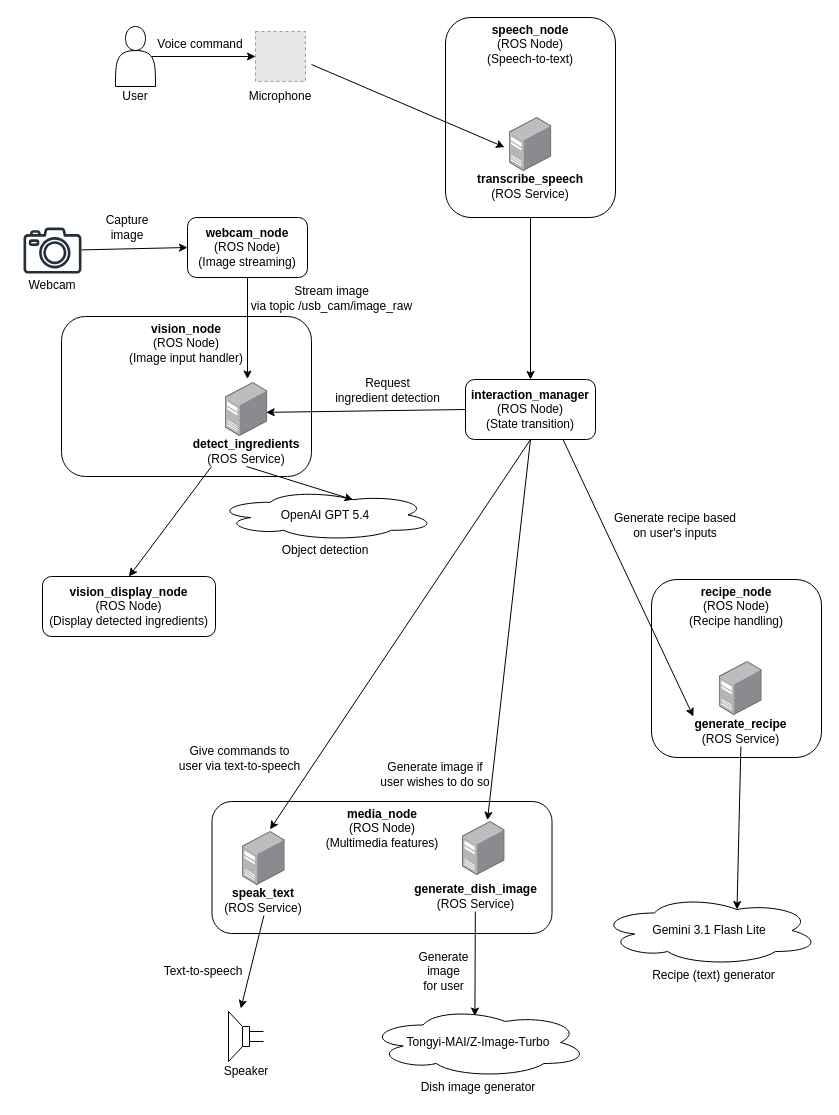
This is SYSTEM-DIAGRAM.drawio from iamdejan/chef-robot-assistant, a draw.io file, before an edit. Source tidied: cells renumbered, new cells numbered last; positions are measured from the earlier drawing's top-left corner, leaving out a move shared by most shapes. Both pictures are drawn from the tidied source at 100%, with x=0, y=0 at pixel (17, 17). Pictures stored in the file or linked from it are replaced by grey dashed boxes.
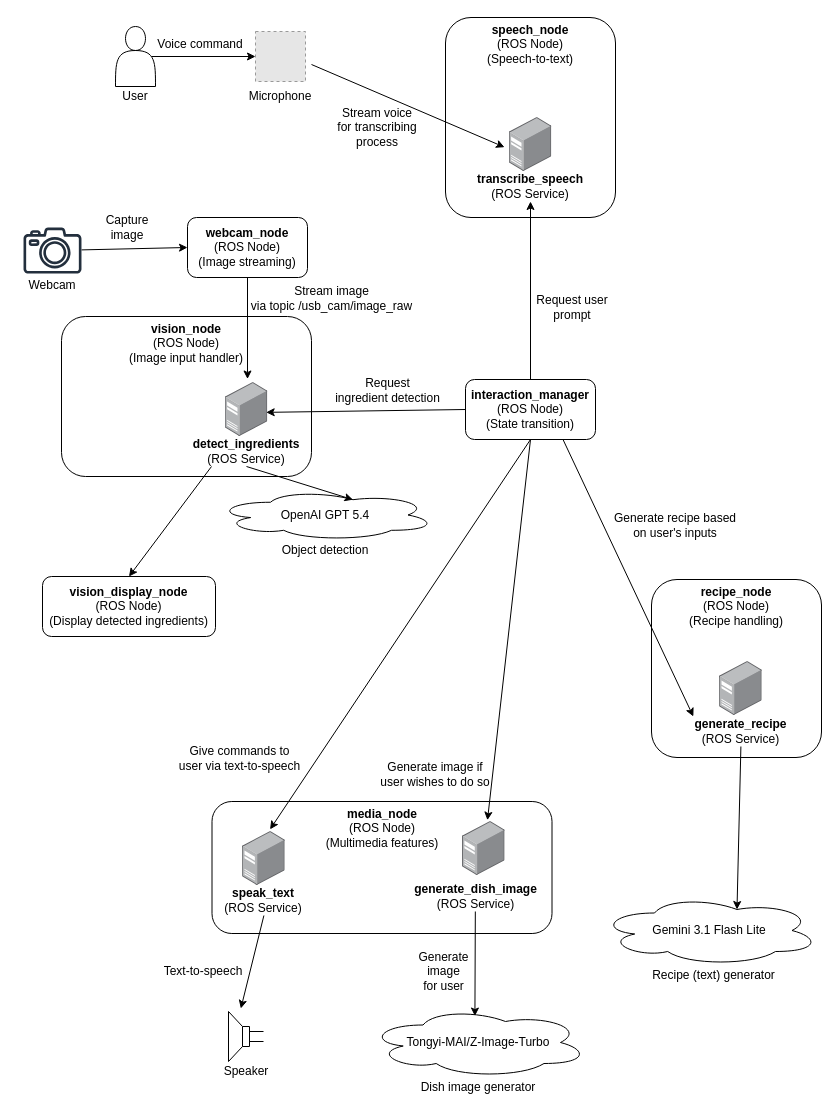
The same diagram, later.

Commit message (it also covers changes not shown here):
fix the direction of the arrow

The change refers to these unchanged cells:
```xml
<mxCell id="2" value="&lt;b&gt;speech_node&lt;/b&gt;&lt;div&gt;(ROS Node)&lt;/div&gt;&lt;div&gt;(Speech-to-text)&lt;/div&gt;" style="rounded=1;whiteSpace=wrap;html=1;align=center;verticalAlign=top;spacing=1;fontFamily=Helvetica;fontSize=12;fontColor=default;fillColor=none;gradientColor=none;" parent="1" vertex="1">
  <mxGeometry x="428" width="170" height="200" as="geometry" />
</mxCell>
<mxCell id="18" value="&lt;b&gt;interaction_manager&lt;/b&gt;&lt;div&gt;(ROS Node)&lt;br&gt;&lt;div&gt;(State transition)&lt;/div&gt;&lt;/div&gt;" style="rounded=1;whiteSpace=wrap;html=1;" parent="1" vertex="1">
  <mxGeometry x="448" y="362" width="130" height="60" as="geometry" />
</mxCell>
<mxCell id="24" value="&lt;b&gt;transcribe_speech&lt;/b&gt;&lt;br&gt;&lt;div&gt;(ROS Service)&lt;/div&gt;" style="text;html=1;whiteSpace=wrap;strokeColor=none;fillColor=none;align=center;verticalAlign=middle;rounded=0;fontFamily=Helvetica;fontSize=12;fontColor=default;" parent="22" vertex="1">
  <mxGeometry y="54" width="110" height="30" as="geometry" />
</mxCell>
```

Change to the diagram source:
```diff
@@
-    <mxCell id="19" style="edgeStyle=none;jettySize=auto;html=1;rounded=0;entryX=0.5;entryY=0;entryDx=0;entryDy=0;exitX=0.5;exitY=1;exitDx=0;exitDy=0;" parent="1" edge="1" source="2" target="18">
+    <mxCell id="19" style="edgeStyle=none;jettySize=auto;html=1;rounded=0;exitX=0.5;exitY=0;exitDx=0;exitDy=0;entryX=0.5;entryY=1;entryDx=0;entryDy=0;" parent="1" edge="1" source="18" target="24">
       <mxGeometry relative="1" as="geometry" />
     </mxCell>
@@
+    <mxCell id="69" value="Request user prompt" style="text;html=1;whiteSpace=wrap;strokeColor=none;fillColor=none;align=center;verticalAlign=middle;rounded=0;" parent="1" vertex="1">
+      <mxGeometry x="510" y="276.1" width="90" height="28" as="geometry" />
+    </mxCell>
+    <mxCell id="70" value="Stream voice&lt;div&gt;for transcribing&lt;/div&gt;&lt;div&gt;process&lt;/div&gt;" style="text;html=1;whiteSpace=wrap;strokeColor=none;fillColor=none;align=center;verticalAlign=middle;rounded=0;" parent="1" vertex="1">
+      <mxGeometry x="314.5" y="87" width="90" height="46" as="geometry" />
+    </mxCell>
```
